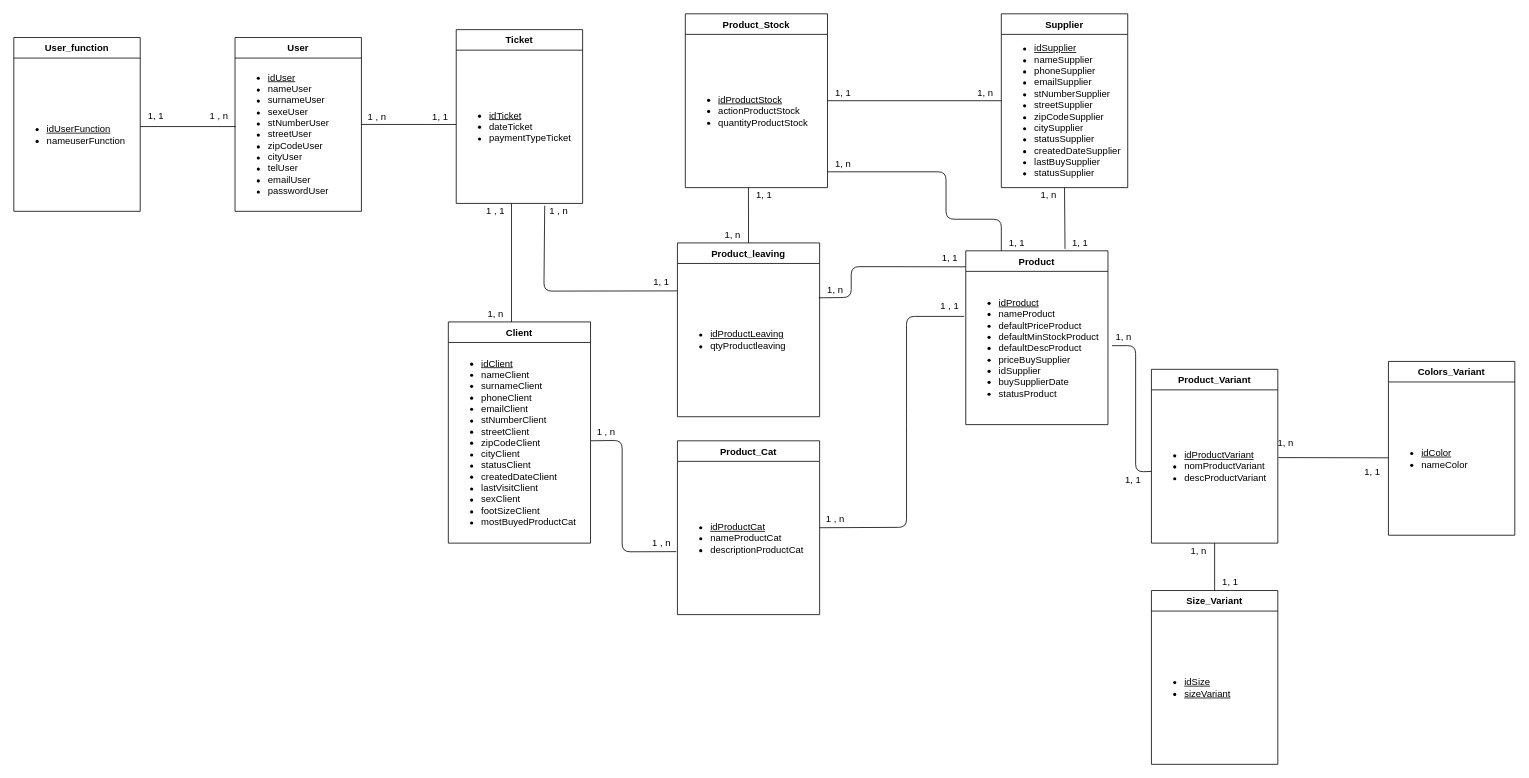
The draw.io diagram MCD-SQL-Chaussure/mcd-chaussure.drawio in RomualdLewandoski/Groupe6, before the edit. Source tidied: cells renumbered, new cells numbered last; positions are measured from the earlier drawing's top-left corner, leaving out a move shared by most shapes. Both pictures are drawn from the tidied source at 79%, with x=0, y=0 at pixel (13, 13).
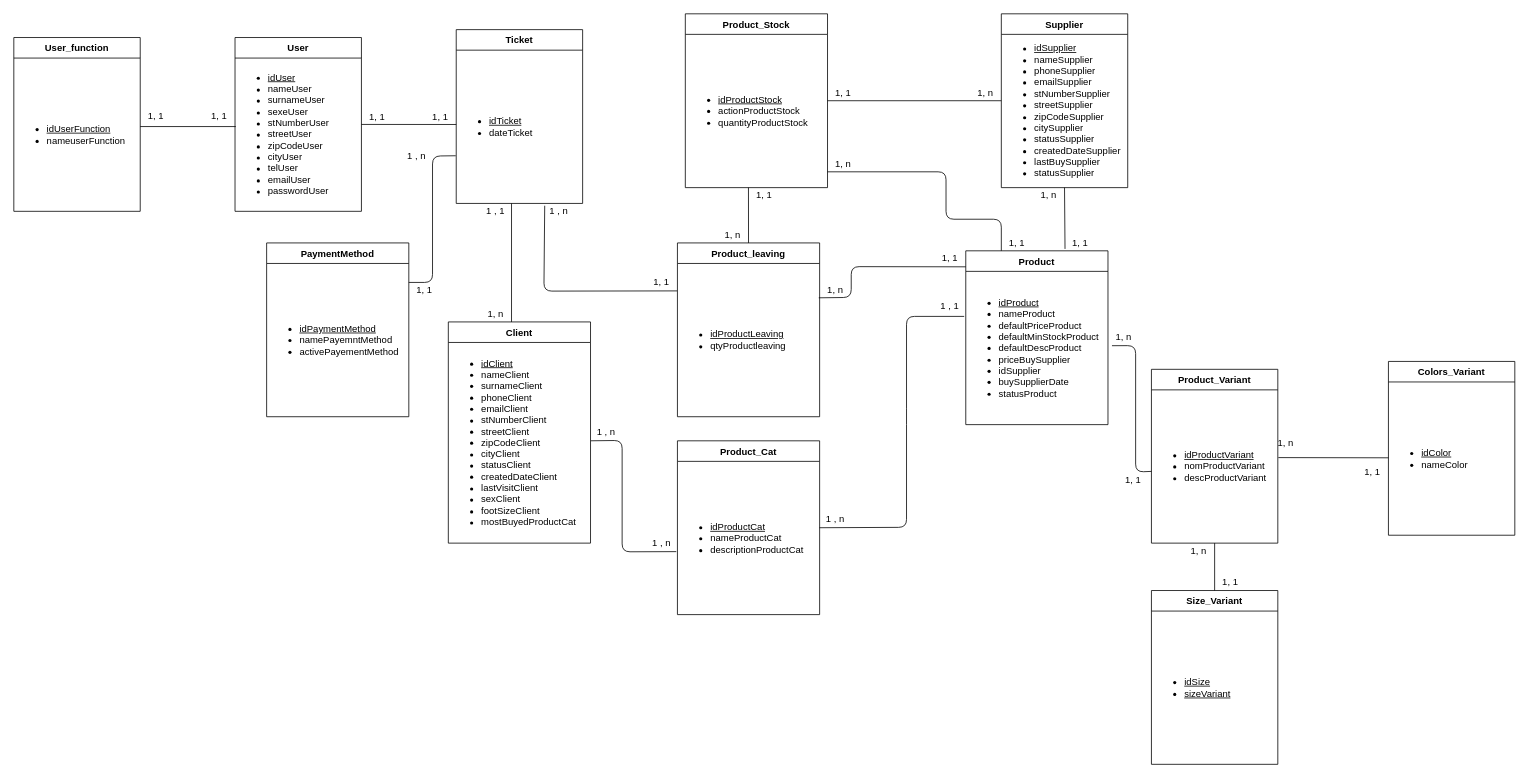
Above is the later version.

Unchanged cells that the change refers to:
```xml
<mxCell id="35" value="Ticket" style="swimlane;fontStyle=1;horizontal=1;startSize=26;rounded=0;shadow=0;strokeWidth=1;" parent="1" vertex="1">
  <mxGeometry x="560" y="20" width="160" height="220" as="geometry" />
</mxCell>
```

Change to the diagram source:
```diff
@@
-    <mxCell id="36" value="&lt;ul&gt;&lt;li&gt;&lt;u&gt;idTicket&lt;/u&gt;&lt;/li&gt;&lt;li&gt;dateTicket&lt;/li&gt;&lt;li&gt;paymentTypeTicket&lt;/li&gt;&lt;/ul&gt;" style="text;html=1;strokeColor=none;fillColor=none;align=left;verticalAlign=middle;whiteSpace=wrap;rounded=0;" parent="35" vertex="1">
+    <mxCell id="36" value="&lt;ul&gt;&lt;li&gt;&lt;u&gt;idTicket&lt;/u&gt;&lt;/li&gt;&lt;li&gt;dateTicket&lt;/li&gt;&lt;/ul&gt;" style="text;html=1;strokeColor=none;fillColor=none;align=left;verticalAlign=middle;whiteSpace=wrap;rounded=0;" parent="35" vertex="1">
       <mxGeometry y="26" width="160" height="194" as="geometry" />
     </mxCell>
@@
-    <mxCell id="47" value="1 , n" style="text;html=1;strokeColor=none;fillColor=none;align=center;verticalAlign=middle;whiteSpace=wrap;rounded=0;" parent="1" vertex="1">
+    <mxCell id="47" value="1, 1" style="text;html=1;strokeColor=none;fillColor=none;align=center;verticalAlign=middle;whiteSpace=wrap;rounded=0;" parent="1" vertex="1">
       <mxGeometry x="440" y="120.7" width="40" height="20" as="geometry" />
     </mxCell>
@@
-    <mxCell id="66" value="1 , n" style="text;html=1;strokeColor=none;fillColor=none;align=center;verticalAlign=middle;whiteSpace=wrap;rounded=0;" parent="1" vertex="1">
+    <mxCell id="66" value="1, 1" style="text;html=1;strokeColor=none;fillColor=none;align=center;verticalAlign=middle;whiteSpace=wrap;rounded=0;" parent="1" vertex="1">
       <mxGeometry x="240" y="120" width="40" height="20" as="geometry" />
     </mxCell>
@@
+    <mxCell id="68" value="PaymentMethod" style="swimlane;fontStyle=1;horizontal=1;startSize=26;rounded=0;shadow=0;strokeWidth=1;" parent="1" vertex="1">
+      <mxGeometry x="320" y="290" width="180" height="220" as="geometry" />
+    </mxCell>
+    <mxCell id="69" value="&lt;ul&gt;&lt;li&gt;&lt;u&gt;idPaymentMethod&lt;/u&gt;&lt;/li&gt;&lt;li&gt;namePayemntMethod&lt;/li&gt;&lt;li&gt;activePayementMethod&lt;/li&gt;&lt;/ul&gt;" style="text;html=1;strokeColor=none;fillColor=none;align=left;verticalAlign=middle;whiteSpace=wrap;rounded=0;" parent="68" vertex="1">
+      <mxGeometry y="26" width="180" height="194" as="geometry" />
+    </mxCell>
+    <mxCell id="70" style="endArrow=none;html=1;entryX=-0.004;entryY=0.689;entryDx=0;entryDy=0;entryPerimeter=0;" parent="1" edge="1" target="36">
+      <mxGeometry relative="1" as="geometry">
+        <mxPoint x="500" y="340" as="sourcePoint" />
+        <Array as="points">
+          <mxPoint x="530" y="340" />
+          <mxPoint x="530" y="180" />
+        </Array>
+      </mxGeometry>
+    </mxCell>
+    <mxCell id="71" value="1 , n" style="text;html=1;strokeColor=none;fillColor=none;align=center;verticalAlign=middle;whiteSpace=wrap;rounded=0;" parent="1" vertex="1">
+      <mxGeometry x="490" y="170" width="40" height="20" as="geometry" />
+    </mxCell>
+    <mxCell id="72" value="1, 1" style="text;html=1;strokeColor=none;fillColor=none;align=center;verticalAlign=middle;whiteSpace=wrap;rounded=0;" parent="1" vertex="1">
+      <mxGeometry x="500" y="340" width="40" height="20" as="geometry" />
+    </mxCell>
```
